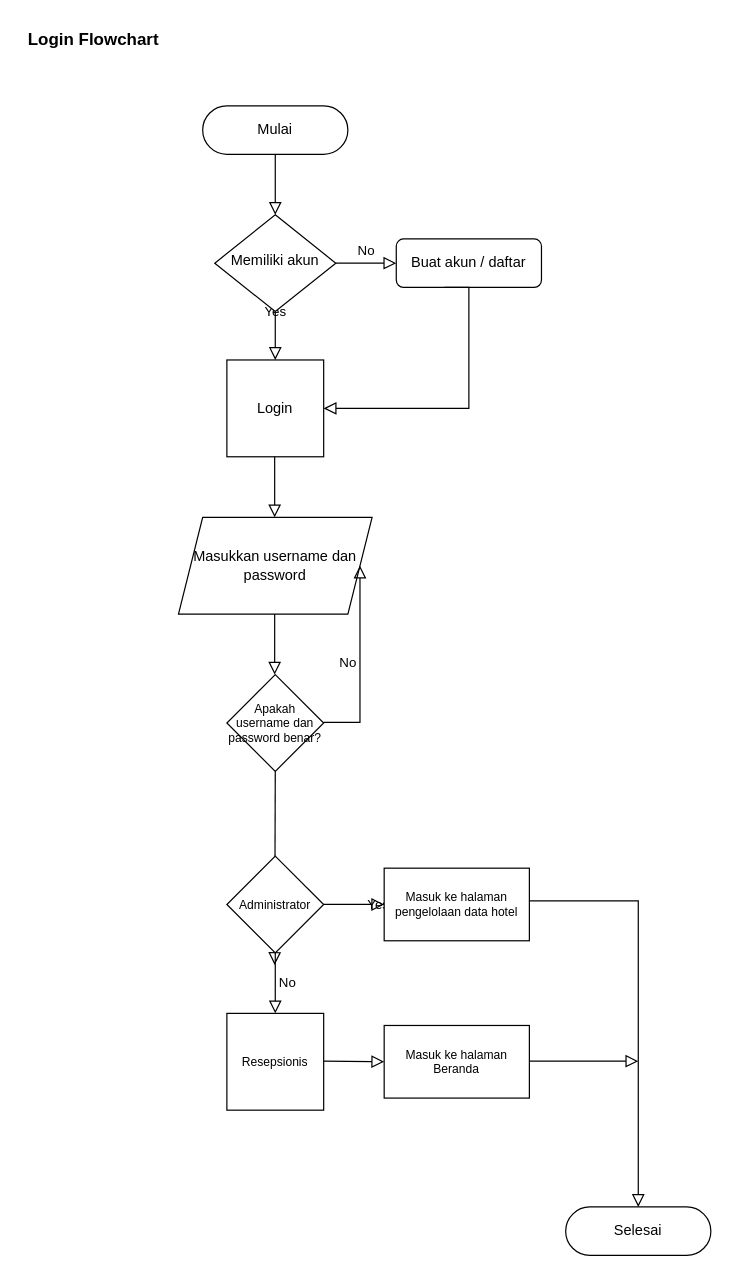
The draw.io diagram Login.drawio in Go-UKK/Flowcart, before the edit. Source tidied: cells renumbered, new cells numbered last; positions are measured from the earlier drawing's top-left corner, leaving out a move shared by most shapes. Both pictures are drawn from the tidied source at 121%, with x=0, y=0 at pixel (21, 21).
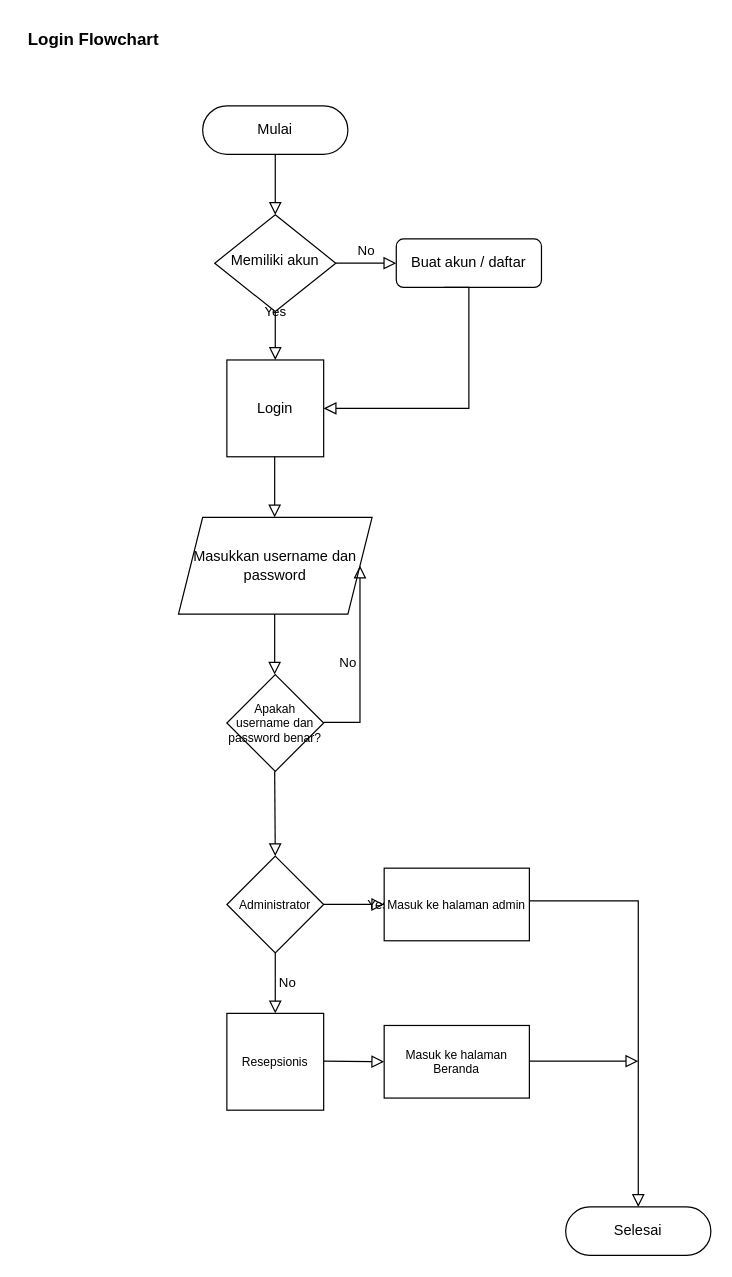
After the change.

The change refers to these unchanged cells:
```xml
<mxCell id="13" value="Apakah username dan password benar?" style="rhombus;whiteSpace=wrap;html=1;fontSize=10;" parent="1" vertex="1">
  <mxGeometry x="170" y="540" width="80" height="80" as="geometry" />
</mxCell>
<mxCell id="16" value="Administrator" style="rhombus;whiteSpace=wrap;html=1;fontSize=10;" parent="1" vertex="1">
  <mxGeometry x="170" y="690" width="80" height="80" as="geometry" />
</mxCell>
```

The edit, as a diff of the source:
```diff
@@
-    <mxCell id="15" style="rounded=0;html=1;jettySize=auto;fontSize=11;endArrow=block;endFill=0;endSize=8;strokeWidth=1;shadow=0;labelBackgroundColor=none;edgeStyle=orthogonalEdgeStyle;exitX=0.5;exitY=1;exitDx=0;exitDy=0;" parent="1" edge="1" source="13">
-      <mxGeometry relative="1" as="geometry">
-        <mxPoint x="209.5" y="780" as="targetPoint" />
-      </mxGeometry>
-    </mxCell>
@@
-    <mxCell id="18" value="Masuk ke halaman pengelolaan data hotel" style="rounded=0;whiteSpace=wrap;html=1;fontSize=10;" parent="1" vertex="1">
+    <mxCell id="18" value="Masuk ke halaman admin" style="rounded=0;whiteSpace=wrap;html=1;fontSize=10;" parent="1" vertex="1">
       <mxGeometry x="300" y="700" width="120" height="60" as="geometry" />
     </mxCell>
@@
+    <mxCell id="27" style="rounded=0;html=1;jettySize=auto;fontSize=11;endArrow=block;endFill=0;endSize=8;strokeWidth=1;shadow=0;labelBackgroundColor=none;edgeStyle=orthogonalEdgeStyle;entryX=0.5;entryY=0;entryDx=0;entryDy=0;" parent="1" edge="1" target="16">
+      <mxGeometry relative="1" as="geometry">
+        <mxPoint x="209.5" y="620" as="sourcePoint" />
+      </mxGeometry>
+    </mxCell>
```
